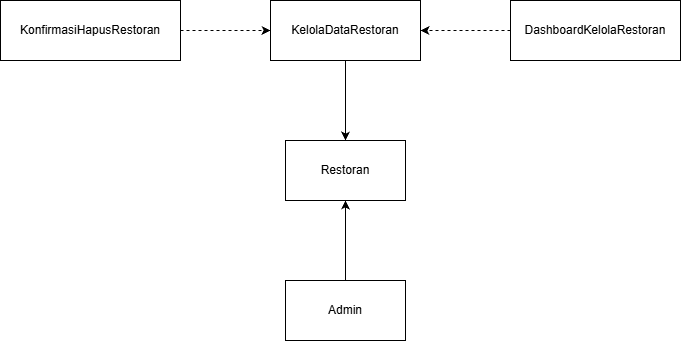
Above: docs/M4/assets/diagram/Diagram Kelas Use Case UC15.png in hehey304/IF2150-RPL-K01-G10 (draw.io), before the change. Source tidied: cells renumbered, new cells last; positions are measured from the earlier drawing's top-left corner, leaving out a move shared by most shapes. Source of this version:
```xml
<mxGraphModel background="light-dark(#FFFFFF,#FFFFFF)">
  <root>
    <mxCell id="0" />
    <mxCell id="1" parent="0" />
    <mxCell id="2" value="KonfirmasiHapusRestoran" style="rounded=0;whiteSpace=wrap;html=1;" parent="1" vertex="1">
      <mxGeometry width="180" height="60" as="geometry" />
    </mxCell>
    <mxCell id="3" style="endArrow=classic;dashed=1;html=1;rounded=0;exitX=1;exitY=0.5;exitDx=0;exitDy=0;endFill=1;" parent="1" edge="1" source="2" target="4">
      <mxGeometry relative="1" as="geometry" />
    </mxCell>
    <mxCell id="4" value="KelolaDataRestoran" style="rounded=0;whiteSpace=wrap;html=1;" parent="1" vertex="1">
      <mxGeometry x="270" width="150" height="60" as="geometry" />
    </mxCell>
    <mxCell id="5" value="DashboardKelolaRestoran" style="rounded=0;whiteSpace=wrap;html=1;" parent="1" vertex="1">
      <mxGeometry x="510" width="170" height="60" as="geometry" />
    </mxCell>
    <mxCell id="6" style="endArrow=classic;dashed=1;html=1;rounded=0;entryX=1;entryY=0.5;entryDx=0;entryDy=0;exitX=0;exitY=0.5;exitDx=0;exitDy=0;startArrow=none;startFill=0;endFill=1;" parent="1" edge="1" source="5" target="4">
      <mxGeometry relative="1" as="geometry" />
    </mxCell>
    <mxCell id="7" value="Restoran" style="rounded=0;whiteSpace=wrap;html=1;" parent="1" vertex="1">
      <mxGeometry x="285" y="140" width="120" height="60" as="geometry" />
    </mxCell>
    <mxCell id="8" style="endArrow=classic;html=1;rounded=0;exitX=0.5;exitY=1;exitDx=0;exitDy=0;entryX=0.5;entryY=0;entryDx=0;entryDy=0;" parent="1" edge="1" source="4" target="7">
      <mxGeometry relative="1" as="geometry" />
    </mxCell>
    <mxCell id="9" value="Admin" style="rounded=0;whiteSpace=wrap;html=1;" parent="1" vertex="1">
      <mxGeometry x="285" y="280" width="120" height="60" as="geometry" />
    </mxCell>
    <mxCell id="10" style="endArrow=classic;html=1;rounded=0;entryX=0.5;entryY=1;entryDx=0;entryDy=0;exitX=0.5;exitY=0;exitDx=0;exitDy=0;" parent="1" edge="1" source="9" target="7">
      <mxGeometry relative="1" as="geometry" />
    </mxCell>
  </root>
</mxGraphModel>
```
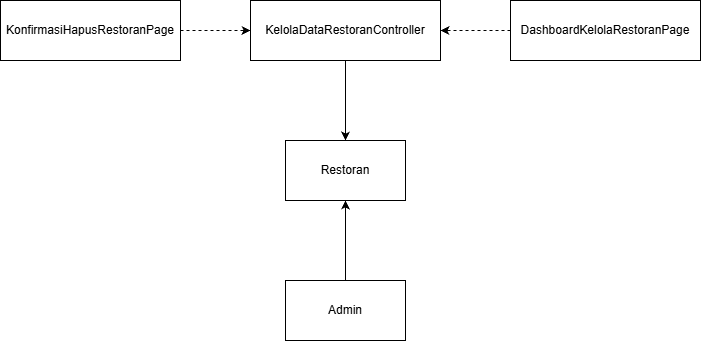
The same diagram one commit later.

Commit message:
fix: Memperbaiki diagram kelas

The edit, as a diff of the source:
```diff
@@ -2,17 +2,17 @@
   <root>
     <mxCell id="0" />
     <mxCell id="1" parent="0" />
-    <mxCell id="2" value="KonfirmasiHapusRestoran" style="rounded=0;whiteSpace=wrap;html=1;" parent="1" vertex="1">
+    <mxCell id="2" value="KonfirmasiHapusRestoranPage" style="rounded=0;whiteSpace=wrap;html=1;" parent="1" vertex="1">
       <mxGeometry width="180" height="60" as="geometry" />
     </mxCell>
     <mxCell id="3" style="endArrow=classic;dashed=1;html=1;rounded=0;exitX=1;exitY=0.5;exitDx=0;exitDy=0;endFill=1;" parent="1" edge="1" source="2" target="4">
       <mxGeometry relative="1" as="geometry" />
     </mxCell>
-    <mxCell id="4" value="KelolaDataRestoran" style="rounded=0;whiteSpace=wrap;html=1;" parent="1" vertex="1">
-      <mxGeometry x="270" width="150" height="60" as="geometry" />
+    <mxCell id="4" value="KelolaDataRestoranController" style="rounded=0;whiteSpace=wrap;html=1;" parent="1" vertex="1">
+      <mxGeometry x="250" width="190" height="60" as="geometry" />
     </mxCell>
-    <mxCell id="5" value="DashboardKelolaRestoran" style="rounded=0;whiteSpace=wrap;html=1;" parent="1" vertex="1">
-      <mxGeometry x="510" width="170" height="60" as="geometry" />
+    <mxCell id="5" value="DashboardKelolaRestoranPage" style="rounded=0;whiteSpace=wrap;html=1;" parent="1" vertex="1">
+      <mxGeometry x="510" width="190" height="60" as="geometry" />
     </mxCell>
     <mxCell id="6" style="endArrow=classic;dashed=1;html=1;rounded=0;entryX=1;entryY=0.5;entryDx=0;entryDy=0;exitX=0;exitY=0.5;exitDx=0;exitDy=0;startArrow=none;startFill=0;endFill=1;" parent="1" edge="1" source="5" target="4">
       <mxGeometry relative="1" as="geometry" />
```
